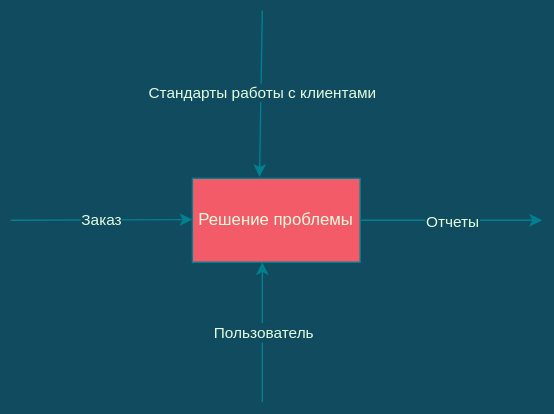
Above: IDEF0.svg in theotheo46/gb (draw.io), before the change. Source tidied: cells renumbered, new cells last; positions are measured from the earlier drawing's top-left corner, leaving out a move shared by most shapes. Source of this version:
```xml
<mxGraphModel background="#114B5F">
  <root>
    <mxCell id="0" />
    <mxCell id="1" parent="0" />
    <mxCell id="2" value="Решение проблемы" style="rounded=0;whiteSpace=wrap;html=1;fillColor=#F45B69;strokeColor=#028090;fontColor=#E4FDE1;" parent="1" vertex="1">
      <mxGeometry x="130" y="120" width="120" height="60" as="geometry" />
    </mxCell>
    <mxCell id="3" style="endArrow=classic;html=1;rounded=0;labelBackgroundColor=#114B5F;strokeColor=#028090;fontColor=#E4FDE1;" parent="1" edge="1">
      <mxGeometry relative="1" as="geometry">
        <mxPoint y="150" as="sourcePoint" />
        <mxPoint x="130" y="149.5" as="targetPoint" />
      </mxGeometry>
    </mxCell>
    <mxCell id="4" value="Заказ" style="edgeLabel;html=1;align=center;verticalAlign=middle;labelBackgroundColor=#114B5F;fontColor=#E4FDE1;" parent="3" vertex="1">
      <mxGeometry relative="1" as="geometry" />
    </mxCell>
    <mxCell id="5" value="G" style="endArrow=classic;html=1;rounded=0;labelBackgroundColor=#114B5F;strokeColor=#028090;fontColor=#E4FDE1;" parent="1" edge="1">
      <mxGeometry relative="1" as="geometry">
        <mxPoint x="180" y="280" as="sourcePoint" />
        <mxPoint x="180" y="180" as="targetPoint" />
      </mxGeometry>
    </mxCell>
    <mxCell id="6" value="Пользователь" style="edgeLabel;html=1;align=center;verticalAlign=middle;labelBackgroundColor=#114B5F;fontColor=#E4FDE1;" parent="5" vertex="1">
      <mxGeometry relative="1" as="geometry" />
    </mxCell>
    <mxCell id="7" style="endArrow=classic;html=1;rounded=0;exitX=1;exitY=0.5;exitDx=0;exitDy=0;labelBackgroundColor=#114B5F;strokeColor=#028090;fontColor=#E4FDE1;" parent="1" edge="1" source="2">
      <mxGeometry relative="1" as="geometry">
        <mxPoint x="380" y="150" as="targetPoint" />
      </mxGeometry>
    </mxCell>
    <mxCell id="8" value="Отчеты" style="edgeLabel;html=1;align=center;verticalAlign=middle;labelBackgroundColor=#114B5F;fontColor=#E4FDE1;" parent="7" vertex="1">
      <mxGeometry relative="1" as="geometry" />
    </mxCell>
    <mxCell id="9" style="endArrow=classic;html=1;rounded=0;entryX=0.4;entryY=-0.017;entryDx=0;entryDy=0;entryPerimeter=0;labelBackgroundColor=#114B5F;strokeColor=#028090;fontColor=#E4FDE1;" parent="1" edge="1" target="2">
      <mxGeometry relative="1" as="geometry">
        <mxPoint x="180" as="sourcePoint" />
      </mxGeometry>
    </mxCell>
    <mxCell id="10" value="Стандарты работы с клиентами" style="edgeLabel;html=1;align=center;verticalAlign=middle;labelBackgroundColor=#114B5F;fontColor=#E4FDE1;" parent="9" vertex="1">
      <mxGeometry relative="1" as="geometry" />
    </mxCell>
  </root>
</mxGraphModel>
```
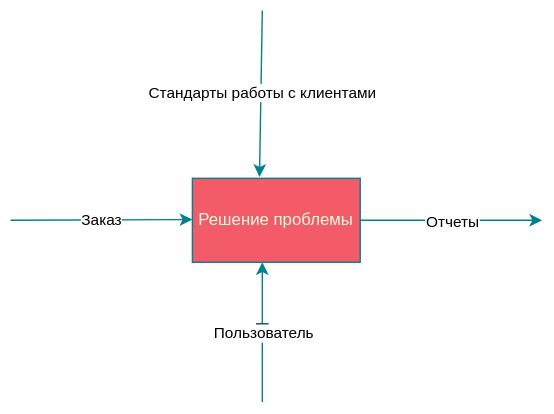
The same diagram one commit later.

Diff of the diagram source:
```diff
@@ -1,4 +1,4 @@
-<mxGraphModel background="#114B5F">
+<mxGraphModel background="#FFFFFF">
   <root>
     <mxCell id="0" />
     <mxCell id="1" parent="0" />
@@ -11,7 +11,7 @@
         <mxPoint x="130" y="149.5" as="targetPoint" />
       </mxGeometry>
     </mxCell>
-    <mxCell id="4" value="Заказ" style="edgeLabel;html=1;align=center;verticalAlign=middle;labelBackgroundColor=#114B5F;fontColor=#E4FDE1;" parent="3" vertex="1">
+    <mxCell id="4" value="Заказ" style="edgeLabel;html=1;align=center;verticalAlign=middle;labelBackgroundColor=#FFFFFF;fontColor=#000000;" parent="3" vertex="1">
       <mxGeometry relative="1" as="geometry" />
     </mxCell>
     <mxCell id="5" value="G" style="endArrow=classic;html=1;rounded=0;labelBackgroundColor=#114B5F;strokeColor=#028090;fontColor=#E4FDE1;" parent="1" edge="1">
@@ -20,7 +20,7 @@
         <mxPoint x="180" y="180" as="targetPoint" />
       </mxGeometry>
     </mxCell>
-    <mxCell id="6" value="Пользователь" style="edgeLabel;html=1;align=center;verticalAlign=middle;labelBackgroundColor=#114B5F;fontColor=#E4FDE1;" parent="5" vertex="1">
+    <mxCell id="6" value="Пользователь" style="edgeLabel;html=1;align=center;verticalAlign=middle;labelBackgroundColor=#FFFFFF;fontColor=#000000;" parent="5" vertex="1">
       <mxGeometry relative="1" as="geometry" />
     </mxCell>
     <mxCell id="7" style="endArrow=classic;html=1;rounded=0;exitX=1;exitY=0.5;exitDx=0;exitDy=0;labelBackgroundColor=#114B5F;strokeColor=#028090;fontColor=#E4FDE1;" parent="1" edge="1" source="2">
@@ -28,7 +28,7 @@
         <mxPoint x="380" y="150" as="targetPoint" />
       </mxGeometry>
     </mxCell>
-    <mxCell id="8" value="Отчеты" style="edgeLabel;html=1;align=center;verticalAlign=middle;labelBackgroundColor=#114B5F;fontColor=#E4FDE1;" parent="7" vertex="1">
+    <mxCell id="8" value="Отчеты" style="edgeLabel;html=1;align=center;verticalAlign=middle;labelBackgroundColor=#FFFFFF;fontColor=#000000;" parent="7" vertex="1">
       <mxGeometry relative="1" as="geometry" />
     </mxCell>
     <mxCell id="9" style="endArrow=classic;html=1;rounded=0;entryX=0.4;entryY=-0.017;entryDx=0;entryDy=0;entryPerimeter=0;labelBackgroundColor=#114B5F;strokeColor=#028090;fontColor=#E4FDE1;" parent="1" edge="1" target="2">
@@ -36,7 +36,7 @@
         <mxPoint x="180" as="sourcePoint" />
       </mxGeometry>
     </mxCell>
-    <mxCell id="10" value="Стандарты работы с клиентами" style="edgeLabel;html=1;align=center;verticalAlign=middle;labelBackgroundColor=#114B5F;fontColor=#E4FDE1;" parent="9" vertex="1">
+    <mxCell id="10" value="Стандарты работы с клиентами" style="edgeLabel;html=1;align=center;verticalAlign=middle;labelBackgroundColor=#FFFFFF;fontColor=#000000;" parent="9" vertex="1">
       <mxGeometry relative="1" as="geometry" />
     </mxCell>
   </root>
```
